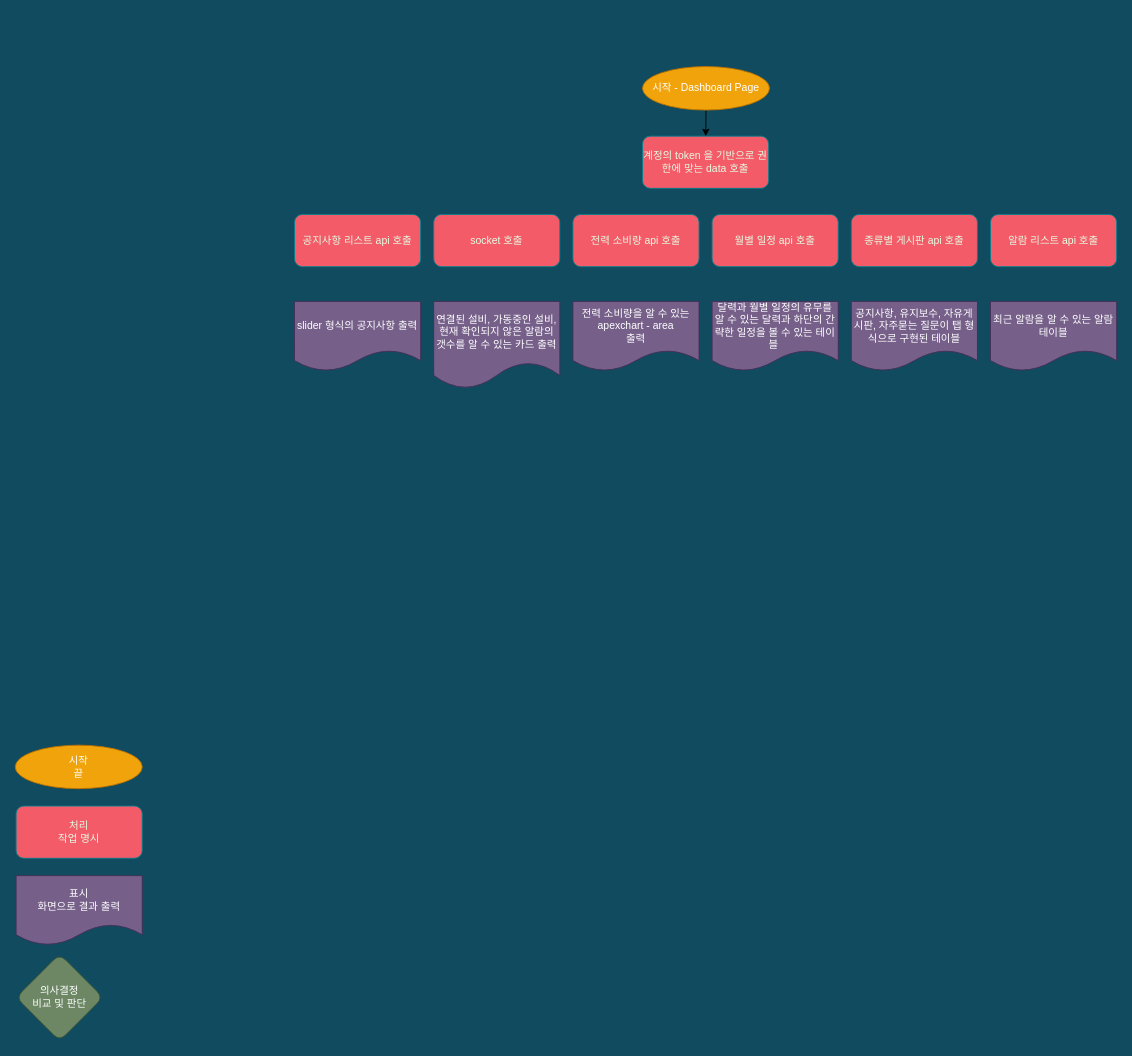
This is dashboard-page.drawio from hws522/draw.io, a draw.io file, before an edit. Source tidied: cells renumbered, new cells numbered last; positions are measured from the earlier drawing's top-left corner, leaving out a move shared by most shapes. Both pictures are drawn from the tidied source at 87%, with x=0, y=0 at pixel (15, 66).
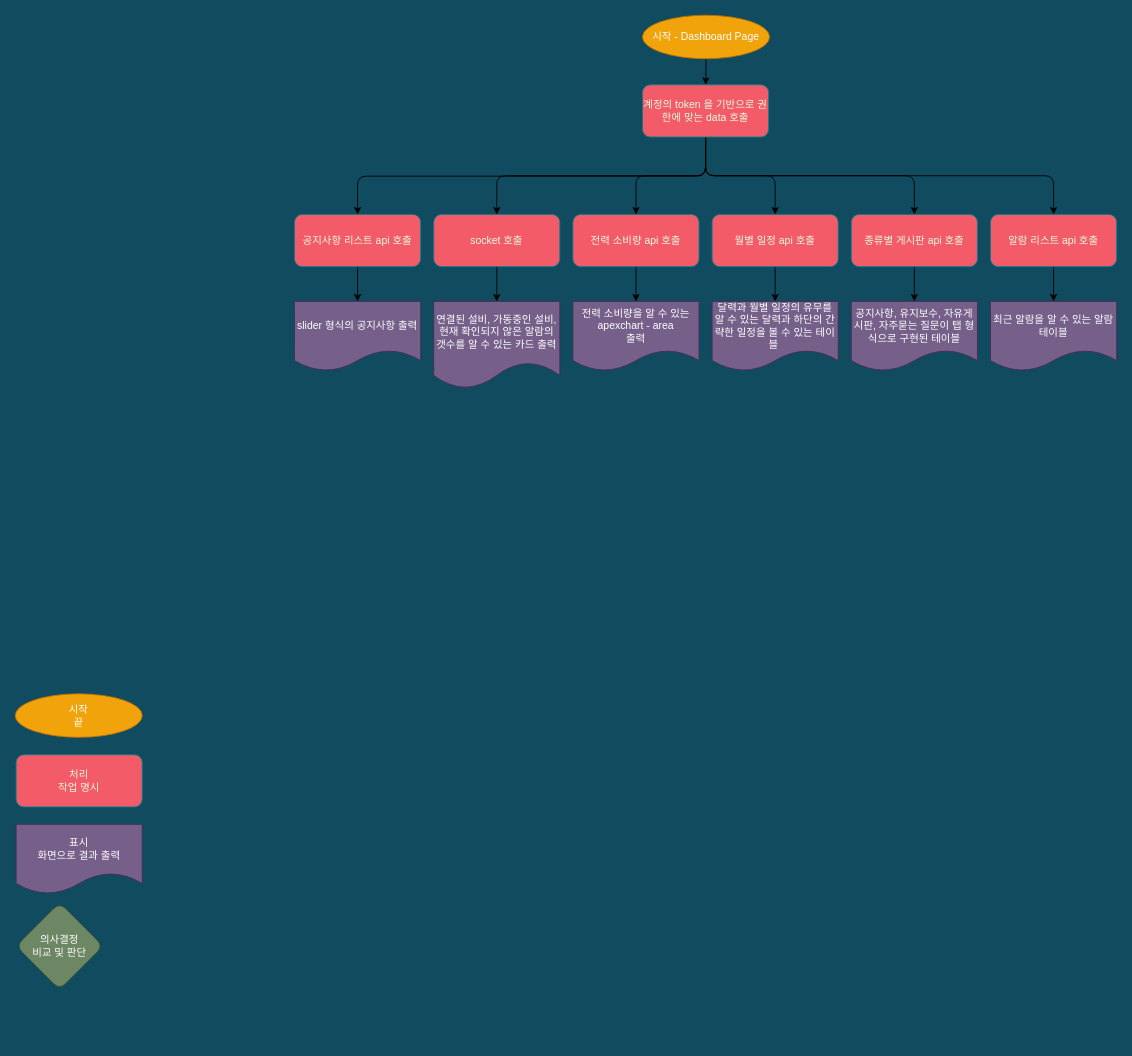
The same diagram, later.

Commit message:
edit dashboard flow

Unchanged cells that the change refers to:
```xml
<mxCell id="4" value="slider 형식의 공지사항 출력" style="shape=document;whiteSpace=wrap;html=1;boundedLbl=1;fillColor=#76608a;strokeColor=#432D57;fontColor=#ffffff;rounded=1;glass=0;strokeWidth=1;shadow=0;" parent="1" vertex="1">
  <mxGeometry x="321" y="270" width="145" height="80" as="geometry" />
</mxCell>
<mxCell id="5" value="연결된 설비, 가동중인 설비, 현재 확인되지 않은 알람의 갯수를 알 수 있는 카드 출력" style="shape=document;whiteSpace=wrap;html=1;boundedLbl=1;fillColor=#76608a;strokeColor=#432D57;fontColor=#ffffff;rounded=1;glass=0;strokeWidth=1;shadow=0;" parent="1" vertex="1">
  <mxGeometry x="481" y="270" width="145" height="100" as="geometry" />
</mxCell>
<mxCell id="6" value="전력 소비량을 알 수 있는 apexchart - area&lt;br&gt;출력" style="shape=document;whiteSpace=wrap;html=1;boundedLbl=1;fillColor=#76608a;strokeColor=#432D57;fontColor=#ffffff;rounded=1;glass=0;strokeWidth=1;shadow=0;" parent="1" vertex="1">
  <mxGeometry x="641" y="270" width="145" height="80" as="geometry" />
</mxCell>
<mxCell id="7" value="최근 알람을 알 수 있는 알람 테이블" style="shape=document;whiteSpace=wrap;html=1;boundedLbl=1;fillColor=#76608a;strokeColor=#432D57;fontColor=#ffffff;rounded=1;glass=0;strokeWidth=1;shadow=0;" parent="1" vertex="1">
  <mxGeometry x="1121" y="270" width="145" height="80" as="geometry" />
</mxCell>
<mxCell id="8" value="공지사항, 유지보수, 자유게시판, 자주묻는 질문이 탭 형식으로 구현된 테이블" style="shape=document;whiteSpace=wrap;html=1;boundedLbl=1;fillColor=#76608a;strokeColor=#432D57;fontColor=#ffffff;rounded=1;glass=0;strokeWidth=1;shadow=0;" parent="1" vertex="1">
  <mxGeometry x="961" y="270" width="145" height="80" as="geometry" />
</mxCell>
<mxCell id="9" value="달력과 월별 일정의 유무를 알 수 있는 달력과 하단의 간략한 일정을 볼 수 있는 테이블&amp;nbsp;" style="shape=document;whiteSpace=wrap;html=1;boundedLbl=1;fillColor=#76608a;strokeColor=#432D57;fontColor=#ffffff;rounded=1;glass=0;strokeWidth=1;shadow=0;" parent="1" vertex="1">
  <mxGeometry x="801" y="270" width="145" height="80" as="geometry" />
</mxCell>
<mxCell id="12" value="공지사항 리스트 api 호출" style="whiteSpace=wrap;html=1;fillColor=#F45B69;strokeColor=#028090;fontColor=#E4FDE1;rounded=1;glass=0;strokeWidth=1;shadow=0;" parent="1" vertex="1">
  <mxGeometry x="321" y="170" width="145" height="60" as="geometry" />
</mxCell>
<mxCell id="13" value="socket 호출" style="whiteSpace=wrap;html=1;fillColor=#F45B69;strokeColor=#028090;fontColor=#E4FDE1;rounded=1;glass=0;strokeWidth=1;shadow=0;" parent="1" vertex="1">
  <mxGeometry x="481" y="170" width="145" height="60" as="geometry" />
</mxCell>
<mxCell id="14" value="전력 소비량 api 호출" style="whiteSpace=wrap;html=1;fillColor=#F45B69;strokeColor=#028090;fontColor=#E4FDE1;rounded=1;glass=0;strokeWidth=1;shadow=0;" parent="1" vertex="1">
  <mxGeometry x="641" y="170" width="145" height="60" as="geometry" />
</mxCell>
<mxCell id="15" value="월별 일정 api 호출" style="whiteSpace=wrap;html=1;fillColor=#F45B69;strokeColor=#028090;fontColor=#E4FDE1;rounded=1;glass=0;strokeWidth=1;shadow=0;" parent="1" vertex="1">
  <mxGeometry x="801" y="170" width="145" height="60" as="geometry" />
</mxCell>
<mxCell id="16" value="종류별 게시판 api 호출" style="whiteSpace=wrap;html=1;fillColor=#F45B69;strokeColor=#028090;fontColor=#E4FDE1;rounded=1;glass=0;strokeWidth=1;shadow=0;" parent="1" vertex="1">
  <mxGeometry x="961" y="170" width="145" height="60" as="geometry" />
</mxCell>
<mxCell id="17" value="알람 리스트 api 호출" style="whiteSpace=wrap;html=1;fillColor=#F45B69;strokeColor=#028090;fontColor=#E4FDE1;rounded=1;glass=0;strokeWidth=1;shadow=0;" parent="1" vertex="1">
  <mxGeometry x="1121" y="170" width="145" height="60" as="geometry" />
</mxCell>
```

The edit, as a diff of the source:
```diff
@@
     <mxCell id="2" value="의사결정&lt;br&gt;비교 및 판단" style="rhombus;whiteSpace=wrap;html=1;fillColor=#6d8764;strokeColor=#3A5431;fontColor=#ffffff;rounded=1;glass=0;strokeWidth=1;shadow=0;" parent="1" vertex="1">
-      <mxGeometry x="1" y="1020" width="100" height="100" as="geometry" />
+      <mxGeometry x="1" y="961" width="100" height="100" as="geometry" />
     </mxCell>
+    <mxCell id="21" style="edgeStyle=orthogonalEdgeStyle;html=1;exitX=0.5;exitY=1;exitDx=0;exitDy=0;endArrow=classic;endFill=1;entryX=0.5;entryY=0;entryDx=0;entryDy=0;" parent="1" edge="1" source="3" target="12">
+      <mxGeometry relative="1" as="geometry">
+        <Array as="points">
+          <mxPoint x="794" y="126" />
+          <mxPoint x="394" y="126" />
+        </Array>
+      </mxGeometry>
+    </mxCell>
+    <mxCell id="22" style="edgeStyle=orthogonalEdgeStyle;html=1;exitX=0.5;exitY=1;exitDx=0;exitDy=0;entryX=0.5;entryY=0;entryDx=0;entryDy=0;endArrow=classic;endFill=1;" parent="1" edge="1" source="3" target="13">
+      <mxGeometry relative="1" as="geometry" />
+    </mxCell>
+    <mxCell id="23" style="edgeStyle=orthogonalEdgeStyle;html=1;exitX=0.5;exitY=1;exitDx=0;exitDy=0;entryX=0.5;entryY=0;entryDx=0;entryDy=0;endArrow=classic;endFill=1;" parent="1" edge="1" source="3" target="14">
+      <mxGeometry relative="1" as="geometry" />
+    </mxCell>
+    <mxCell id="24" style="edgeStyle=orthogonalEdgeStyle;html=1;exitX=0.5;exitY=1;exitDx=0;exitDy=0;entryX=0.5;entryY=0;entryDx=0;entryDy=0;endArrow=classic;endFill=1;" parent="1" edge="1" source="3" target="15">
+      <mxGeometry relative="1" as="geometry" />
+    </mxCell>
+    <mxCell id="25" style="edgeStyle=orthogonalEdgeStyle;html=1;exitX=0.5;exitY=1;exitDx=0;exitDy=0;entryX=0.5;entryY=0;entryDx=0;entryDy=0;endArrow=classic;endFill=1;" parent="1" edge="1" source="3" target="16">
+      <mxGeometry relative="1" as="geometry" />
+    </mxCell>
+    <mxCell id="26" style="edgeStyle=orthogonalEdgeStyle;html=1;exitX=0.5;exitY=1;exitDx=0;exitDy=0;entryX=0.5;entryY=0;entryDx=0;entryDy=0;endArrow=classic;endFill=1;" parent="1" edge="1" source="3" target="17">
+      <mxGeometry relative="1" as="geometry" />
+    </mxCell>
     <mxCell id="3" value="계정의 token 을 기반으로 권한에 맞는 data 호출" style="whiteSpace=wrap;html=1;fillColor=#F45B69;strokeColor=#028090;fontColor=#E4FDE1;rounded=1;glass=0;strokeWidth=1;shadow=0;" parent="1" vertex="1">
-      <mxGeometry x="721" y="80" width="145" height="60" as="geometry" />
+      <mxGeometry x="721" y="21" width="145" height="60" as="geometry" />
     </mxCell>
@@
     <mxCell id="11" value="&lt;font color=&quot;#ffffff&quot;&gt;시작 -&amp;nbsp;Dashboard Page&lt;/font&gt;" style="ellipse;whiteSpace=wrap;html=1;fillStyle=auto;fillColor=#f0a30a;fontColor=#000000;strokeColor=#BD7000;" parent="1" vertex="1">
-      <mxGeometry x="721" width="146" height="50" as="geometry" />
+      <mxGeometry x="721" y="-59" width="146" height="50" as="geometry" />
     </mxCell>
+    <mxCell id="27" style="edgeStyle=none;html=1;exitX=0.5;exitY=1;exitDx=0;exitDy=0;endArrow=classic;endFill=1;" parent="1" edge="1" source="12" target="4">
+      <mxGeometry relative="1" as="geometry" />
+    </mxCell>
@@
+    <mxCell id="28" style="edgeStyle=none;html=1;exitX=0.5;exitY=1;exitDx=0;exitDy=0;entryX=0.5;entryY=0;entryDx=0;entryDy=0;endArrow=classic;endFill=1;" parent="1" edge="1" source="13" target="5">
+      <mxGeometry relative="1" as="geometry" />
+    </mxCell>
@@
+    <mxCell id="29" style="edgeStyle=none;html=1;exitX=0.5;exitY=1;exitDx=0;exitDy=0;entryX=0.5;entryY=0;entryDx=0;entryDy=0;endArrow=classic;endFill=1;" parent="1" edge="1" source="14" target="6">
+      <mxGeometry relative="1" as="geometry" />
+    </mxCell>
@@
+    <mxCell id="30" style="edgeStyle=none;html=1;exitX=0.5;exitY=1;exitDx=0;exitDy=0;entryX=0.5;entryY=0;entryDx=0;entryDy=0;endArrow=classic;endFill=1;" parent="1" edge="1" source="15" target="9">
+      <mxGeometry relative="1" as="geometry" />
+    </mxCell>
@@
+    <mxCell id="31" style="edgeStyle=none;html=1;exitX=0.5;exitY=1;exitDx=0;exitDy=0;entryX=0.5;entryY=0;entryDx=0;entryDy=0;endArrow=classic;endFill=1;" parent="1" edge="1" source="16" target="8">
+      <mxGeometry relative="1" as="geometry" />
+    </mxCell>
@@
+    <mxCell id="32" style="edgeStyle=none;html=1;exitX=0.5;exitY=1;exitDx=0;exitDy=0;entryX=0.5;entryY=0;entryDx=0;entryDy=0;endArrow=classic;endFill=1;" parent="1" edge="1" source="17" target="7">
+      <mxGeometry relative="1" as="geometry" />
+    </mxCell>
@@
     <mxCell id="18" value="표시&lt;br&gt;화면으로 결과 출력" style="shape=document;whiteSpace=wrap;html=1;boundedLbl=1;fillColor=#76608a;strokeColor=#432D57;fontColor=#ffffff;rounded=1;glass=0;strokeWidth=1;shadow=0;" parent="1" vertex="1">
-      <mxGeometry x="1" y="930" width="145" height="80" as="geometry" />
+      <mxGeometry x="1" y="871" width="145" height="80" as="geometry" />
     </mxCell>
     <mxCell id="19" value="처리&lt;br&gt;작업 명시" style="whiteSpace=wrap;html=1;fillColor=#F45B69;strokeColor=#028090;fontColor=#E4FDE1;rounded=1;glass=0;strokeWidth=1;shadow=0;" parent="1" vertex="1">
-      <mxGeometry x="1" y="850" width="145" height="60" as="geometry" />
+      <mxGeometry x="1" y="791" width="145" height="60" as="geometry" />
     </mxCell>
     <mxCell id="20" value="&lt;font color=&quot;#ffffff&quot;&gt;시작&lt;br&gt;끝&lt;/font&gt;" style="ellipse;whiteSpace=wrap;html=1;fillStyle=auto;fillColor=#f0a30a;fontColor=#000000;strokeColor=#BD7000;" parent="1" vertex="1">
-      <mxGeometry y="780" width="146" height="50" as="geometry" />
+      <mxGeometry y="721" width="146" height="50" as="geometry" />
     </mxCell>
```
